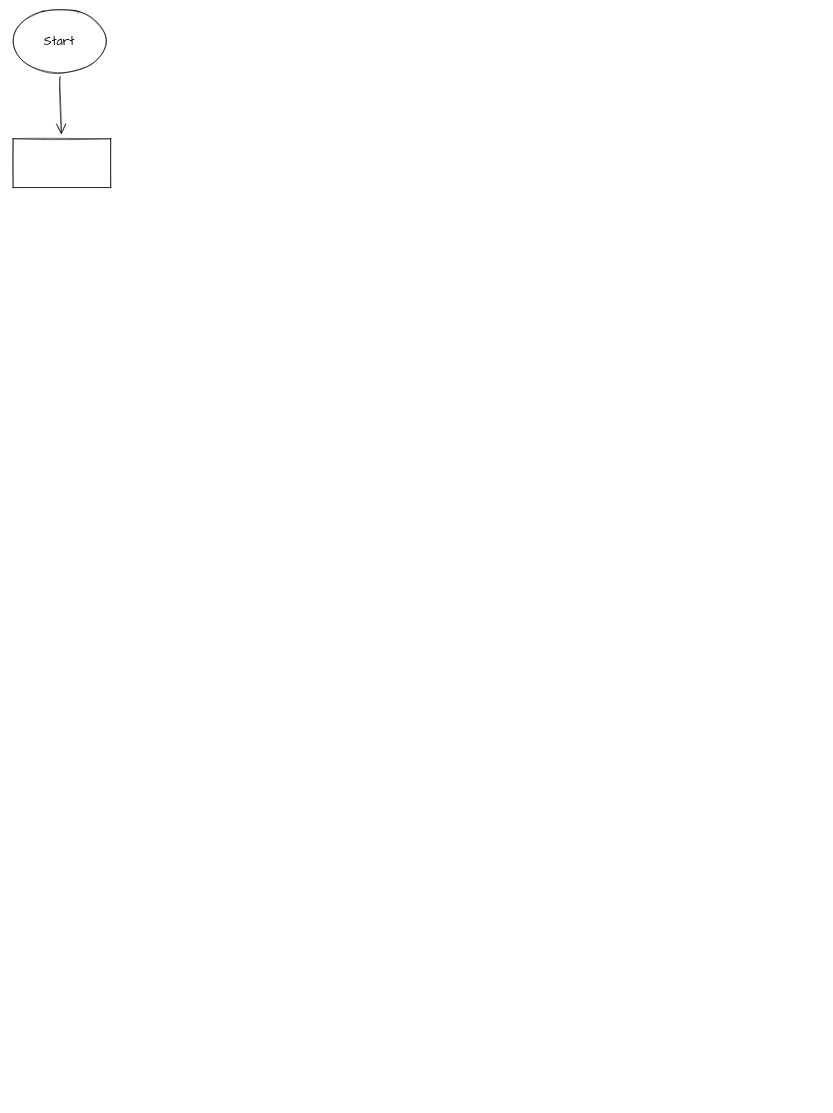
Earlier version of the draw.io diagram Untitled Diagram.drawio (don1997/CSCI1010-Project-1-Fast-Food-Checkout). Source tidied: cells renumbered, new cells numbered last; positions are measured from the earlier drawing's top-left corner, leaving out a move shared by most shapes. Both pictures are drawn from the tidied source at 61%, with x=0, y=0 at pixel (10, 10).
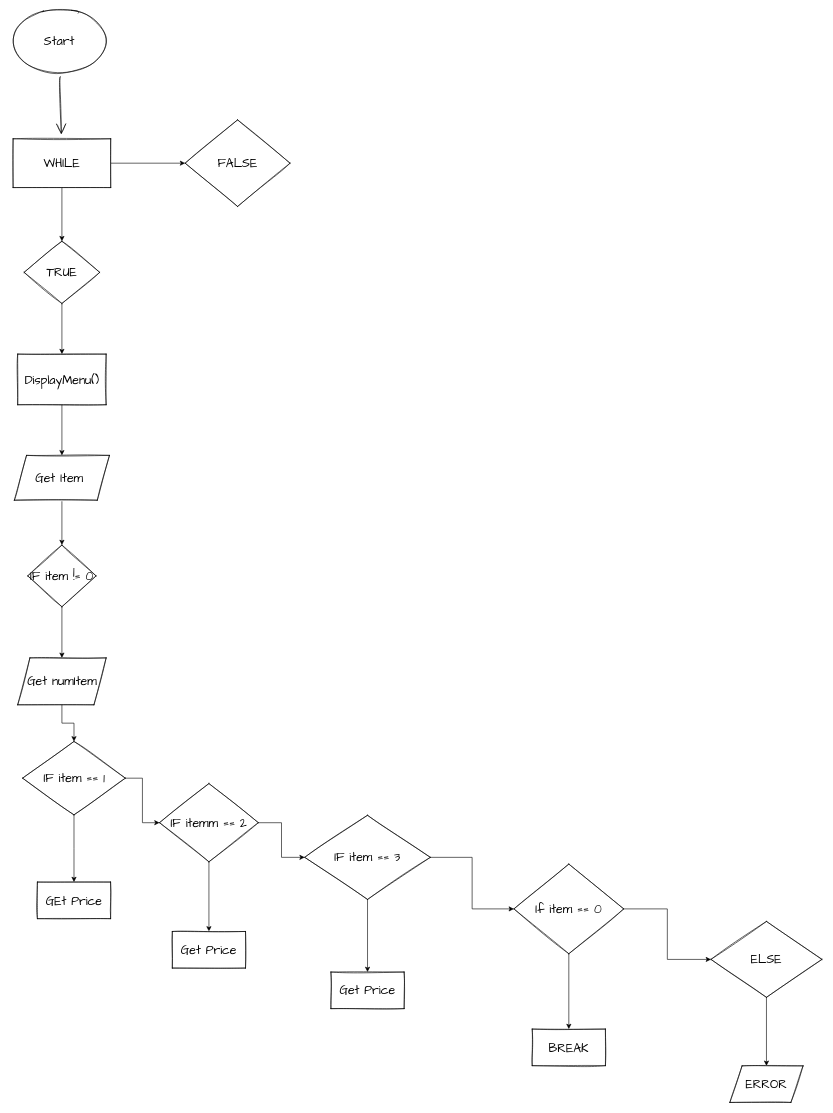
The same page after the edit.

The edit, as a diff of the source:
```diff
@@
+    <mxCell id="5" style="edgeStyle=orthogonalEdgeStyle;rounded=0;jettySize=auto;html=1;" parent="1" edge="1" source="4" target="7">
+      <mxGeometry relative="1" as="geometry" />
+    </mxCell>
+    <mxCell id="6" style="edgeStyle=orthogonalEdgeStyle;rounded=0;jettySize=auto;html=1;" parent="1" edge="1" source="4" target="9">
+      <mxGeometry relative="1" as="geometry" />
+    </mxCell>
-    <mxCell id="4" style="rounded=0;whiteSpace=wrap;html=1;sketch=1;hachureGap=4;fontFamily=Architects Daughter;fontSize=20;" parent="1" vertex="1">
+    <mxCell id="4" value="WHILE" style="rounded=0;whiteSpace=wrap;html=1;sketch=1;hachureGap=4;fontFamily=Architects Daughter;fontSize=20;" parent="1" vertex="1">
       <mxGeometry x="4" y="210" width="160" height="80" as="geometry" />
     </mxCell>
+    <mxCell id="7" value="FALSE" style="rhombus;whiteSpace=wrap;html=1;rounded=0;fontFamily=Architects Daughter;fontSize=20;sketch=1;hachureGap=4;" parent="1" vertex="1">
+      <mxGeometry x="286" y="179" width="172" height="142" as="geometry" />
+    </mxCell>
+    <mxCell id="8" style="edgeStyle=orthogonalEdgeStyle;rounded=0;jettySize=auto;html=1;" parent="1" edge="1" source="9" target="11">
+      <mxGeometry relative="1" as="geometry" />
+    </mxCell>
+    <mxCell id="9" value="TRUE" style="rhombus;whiteSpace=wrap;html=1;rounded=0;fontFamily=Architects Daughter;fontSize=20;sketch=1;hachureGap=4;" parent="1" vertex="1">
+      <mxGeometry x="22" y="378" width="124" height="102" as="geometry" />
+    </mxCell>
+    <mxCell id="10" style="edgeStyle=orthogonalEdgeStyle;rounded=0;jettySize=auto;html=1;" parent="1" edge="1" source="11" target="13">
+      <mxGeometry relative="1" as="geometry" />
+    </mxCell>
+    <mxCell id="11" value="DisplayMenu()" style="whiteSpace=wrap;html=1;rounded=0;fontFamily=Architects Daughter;fontSize=20;sketch=1;hachureGap=4;" parent="1" vertex="1">
+      <mxGeometry x="11.5" y="563" width="145" height="83" as="geometry" />
+    </mxCell>
+    <mxCell id="12" style="edgeStyle=orthogonalEdgeStyle;rounded=0;jettySize=auto;html=1;" parent="1" edge="1" source="13" target="15">
+      <mxGeometry relative="1" as="geometry" />
+    </mxCell>
+    <mxCell id="13" value="Get Item&amp;nbsp;" style="shape=parallelogram;perimeter=parallelogramPerimeter;whiteSpace=wrap;html=1;fixedSize=1;rounded=0;fontFamily=Architects Daughter;fontSize=20;sketch=1;hachureGap=4;" parent="1" vertex="1">
+      <mxGeometry x="6" y="729" width="156" height="73.5" as="geometry" />
+    </mxCell>
+    <mxCell id="14" style="edgeStyle=orthogonalEdgeStyle;rounded=0;jettySize=auto;html=1;" parent="1" edge="1" source="15" target="17">
+      <mxGeometry relative="1" as="geometry" />
+    </mxCell>
+    <mxCell id="15" value="IF item != 0" style="rhombus;whiteSpace=wrap;html=1;rounded=0;fontFamily=Architects Daughter;fontSize=20;sketch=1;hachureGap=4;" parent="1" vertex="1">
+      <mxGeometry x="28" y="876" width="112" height="101.2" as="geometry" />
+    </mxCell>
+    <mxCell id="16" style="edgeStyle=orthogonalEdgeStyle;rounded=0;jettySize=auto;html=1;" parent="1" edge="1" source="17" target="20">
+      <mxGeometry relative="1" as="geometry" />
+    </mxCell>
+    <mxCell id="17" value="Get numItem" style="shape=parallelogram;perimeter=parallelogramPerimeter;whiteSpace=wrap;html=1;fixedSize=1;rounded=0;fontFamily=Architects Daughter;fontSize=20;sketch=1;hachureGap=4;" parent="1" vertex="1">
+      <mxGeometry x="11.5" y="1061" width="145" height="76.9" as="geometry" />
+    </mxCell>
+    <mxCell id="18" style="edgeStyle=orthogonalEdgeStyle;rounded=0;jettySize=auto;html=1;" parent="1" edge="1" source="20" target="23">
+      <mxGeometry relative="1" as="geometry" />
+    </mxCell>
+    <mxCell id="19" style="edgeStyle=orthogonalEdgeStyle;rounded=0;jettySize=auto;html=1;" parent="1" edge="1" source="20" target="27">
+      <mxGeometry relative="1" as="geometry" />
+    </mxCell>
+    <mxCell id="20" value="IF item == 1" style="rhombus;whiteSpace=wrap;html=1;rounded=0;fontFamily=Architects Daughter;fontSize=20;sketch=1;hachureGap=4;" parent="1" vertex="1">
+      <mxGeometry x="19.5" y="1198" width="168.5" height="120.3" as="geometry" />
+    </mxCell>
+    <mxCell id="21" style="edgeStyle=orthogonalEdgeStyle;rounded=0;jettySize=auto;html=1;" parent="1" edge="1" source="23" target="26">
+      <mxGeometry relative="1" as="geometry" />
+    </mxCell>
+    <mxCell id="22" style="edgeStyle=orthogonalEdgeStyle;rounded=0;jettySize=auto;html=1;" parent="1" edge="1" source="23" target="28">
+      <mxGeometry relative="1" as="geometry" />
+    </mxCell>
+    <mxCell id="23" value="IF itemm == 2" style="rhombus;whiteSpace=wrap;html=1;rounded=0;fontFamily=Architects Daughter;fontSize=20;sketch=1;hachureGap=4;" parent="1" vertex="1">
+      <mxGeometry x="244" y="1267" width="162" height="128.3" as="geometry" />
+    </mxCell>
+    <mxCell id="24" style="edgeStyle=orthogonalEdgeStyle;rounded=0;jettySize=auto;html=1;" parent="1" edge="1" source="26" target="29">
+      <mxGeometry relative="1" as="geometry" />
+    </mxCell>
+    <mxCell id="25" style="edgeStyle=orthogonalEdgeStyle;rounded=0;jettySize=auto;html=1;" parent="1" edge="1" source="26" target="32">
+      <mxGeometry relative="1" as="geometry" />
+    </mxCell>
+    <mxCell id="26" value="IF item == 3" style="rhombus;whiteSpace=wrap;html=1;rounded=0;fontFamily=Architects Daughter;fontSize=20;sketch=1;hachureGap=4;" parent="1" vertex="1">
+      <mxGeometry x="482" y="1319" width="206" height="138" as="geometry" />
+    </mxCell>
+    <mxCell id="27" value="GEt Price" style="whiteSpace=wrap;html=1;rounded=0;fontFamily=Architects Daughter;fontSize=20;sketch=1;hachureGap=4;" parent="1" vertex="1">
+      <mxGeometry x="43.8" y="1428.5" width="120" height="60" as="geometry" />
+    </mxCell>
+    <mxCell id="28" value="Get Price" style="whiteSpace=wrap;html=1;rounded=0;fontFamily=Architects Daughter;fontSize=20;sketch=1;hachureGap=4;" parent="1" vertex="1">
+      <mxGeometry x="265" y="1509.5" width="120" height="60" as="geometry" />
+    </mxCell>
+    <mxCell id="29" value="Get Price" style="whiteSpace=wrap;html=1;rounded=0;fontFamily=Architects Daughter;fontSize=20;sketch=1;hachureGap=4;" parent="1" vertex="1">
+      <mxGeometry x="525" y="1576" width="120" height="60" as="geometry" />
+    </mxCell>
+    <mxCell id="30" style="edgeStyle=orthogonalEdgeStyle;rounded=0;jettySize=auto;html=1;" parent="1" edge="1" source="32" target="33">
+      <mxGeometry relative="1" as="geometry" />
+    </mxCell>
+    <mxCell id="31" style="edgeStyle=orthogonalEdgeStyle;rounded=0;jettySize=auto;html=1;" parent="1" edge="1" source="32" target="35">
+      <mxGeometry relative="1" as="geometry" />
+    </mxCell>
+    <mxCell id="32" value="If item == 0" style="rhombus;whiteSpace=wrap;html=1;rounded=0;fontFamily=Architects Daughter;fontSize=20;sketch=1;hachureGap=4;" parent="1" vertex="1">
+      <mxGeometry x="825" y="1399" width="180" height="147" as="geometry" />
+    </mxCell>
+    <mxCell id="33" value="BREAK" style="whiteSpace=wrap;html=1;rounded=0;fontFamily=Architects Daughter;fontSize=20;sketch=1;hachureGap=4;" parent="1" vertex="1">
+      <mxGeometry x="855" y="1669.5" width="120" height="60" as="geometry" />
+    </mxCell>
+    <mxCell id="34" style="edgeStyle=orthogonalEdgeStyle;rounded=0;jettySize=auto;html=1;" parent="1" edge="1" source="35" target="36">
+      <mxGeometry relative="1" as="geometry" />
+    </mxCell>
+    <mxCell id="35" value="ELSE" style="rhombus;whiteSpace=wrap;html=1;rounded=0;fontFamily=Architects Daughter;fontSize=20;sketch=1;hachureGap=4;" parent="1" vertex="1">
+      <mxGeometry x="1148" y="1493" width="182" height="124.5" as="geometry" />
+    </mxCell>
+    <mxCell id="36" value="ERROR" style="shape=parallelogram;perimeter=parallelogramPerimeter;whiteSpace=wrap;html=1;fixedSize=1;rounded=0;fontFamily=Architects Daughter;fontSize=20;sketch=1;hachureGap=4;" parent="1" vertex="1">
+      <mxGeometry x="1179" y="1729.8" width="120" height="60" as="geometry" />
+    </mxCell>
```
